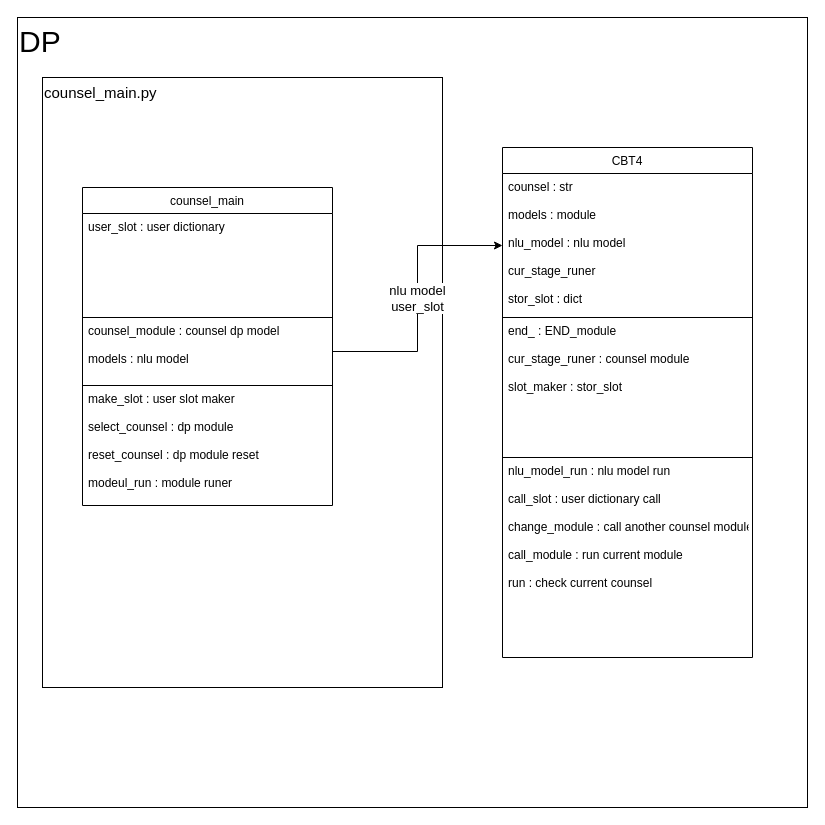
qkwmvh321/transformer keeps this draw.io diagram as Untitled Diagram.drawio. Above is the earlier version. Source tidied: cells renumbered, new cells numbered last; positions are measured from the earlier drawing's top-left corner, leaving out a move shared by most shapes. Both pictures are drawn from the tidied source at 100%, with x=0, y=0 at pixel (17, 17).
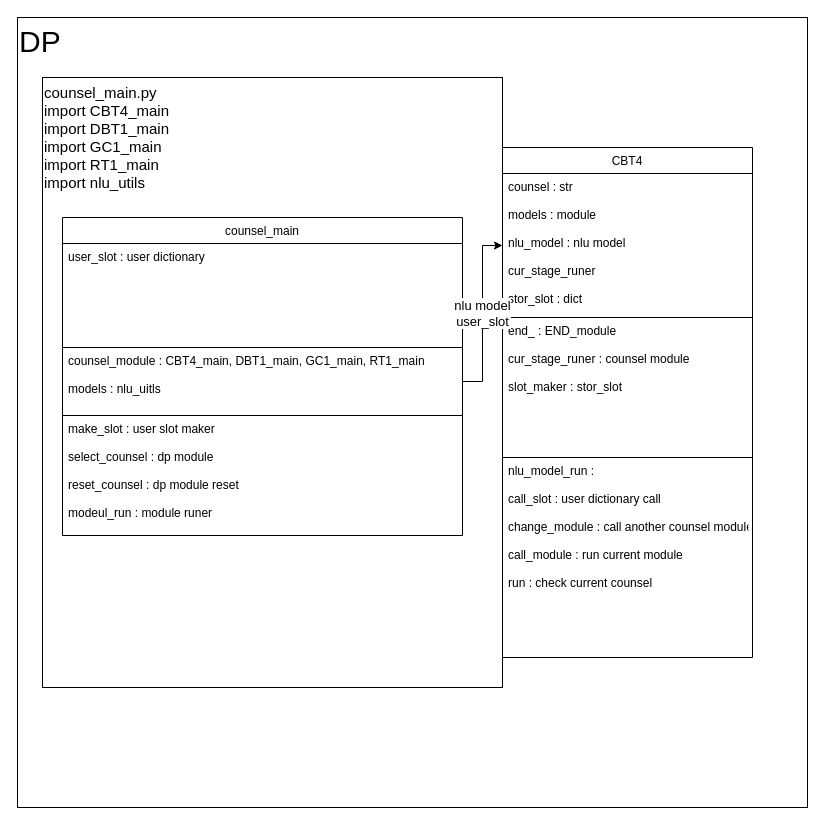
The same diagram, later.

What changed in the source:
```diff
@@
 <mxGraphModel>
   <root>
     <mxCell id="0" />
     <mxCell id="1" parent="0" />
     <mxCell id="2" value="&lt;font style=&quot;font-size: 30px;&quot;&gt;DP&lt;/font&gt;" style="whiteSpace=wrap;html=1;verticalAlign=top;align=left;" parent="1" vertex="1">
       <mxGeometry width="790" height="790" as="geometry" />
     </mxCell>
-    <mxCell id="3" value="counsel_main.py" style="rounded=0;whiteSpace=wrap;html=1;fontSize=15;align=left;verticalAlign=top;" parent="1" vertex="1">
-      <mxGeometry x="25" y="60" width="400" height="610" as="geometry" />
+    <mxCell id="3" value="counsel_main.py&lt;br&gt;import CBT4_main&lt;br&gt;import DBT1_main&lt;br&gt;import GC1_main&lt;br&gt;import RT1_main&lt;br&gt;import nlu_utils" style="rounded=0;whiteSpace=wrap;html=1;fontSize=15;align=left;verticalAlign=top;" parent="1" vertex="1">
+      <mxGeometry x="25" y="60" width="460" height="610" as="geometry" />
     </mxCell>
     <mxCell id="4" value="counsel_main" style="swimlane;fontStyle=0;horizontal=1;startSize=26;fillColor=none;shadow=0;sketch=0;strokeColor=default;strokeWidth=1;" parent="1" vertex="1">
-      <mxGeometry x="65" y="170" width="250" height="318" as="geometry" />
+      <mxGeometry x="45" y="200" width="400" height="318" as="geometry" />
     </mxCell>
     <mxCell id="5" value="user_slot : user dictionary" style="text;strokeColor=none;fillColor=none;align=left;verticalAlign=top;spacingLeft=4;spacingRight=4;overflow=hidden;shadow=0;sketch=0;" parent="4" vertex="1">
-      <mxGeometry y="26" width="250" height="104" as="geometry" />
+      <mxGeometry y="26" width="400" height="104" as="geometry" />
     </mxCell>
-    <mxCell id="6" value="counsel_module : counsel dp model  &#10;&#10;models : nlu model &#10;&#10;&#10;" style="text;strokeColor=default;fillColor=none;align=left;verticalAlign=top;spacingLeft=4;spacingRight=4;overflow=hidden;points=[[0,0.5],[1,0.5]];portConstraint=eastwest;shadow=0;sketch=0;" parent="4" vertex="1">
-      <mxGeometry y="130" width="250" height="68" as="geometry" />
+    <mxCell id="6" value="counsel_module : CBT4_main, DBT1_main, GC1_main, RT1_main  &#10;&#10;models : nlu_uitls&#10;&#10;&#10;" style="text;strokeColor=default;fillColor=none;align=left;verticalAlign=top;spacingLeft=4;spacingRight=4;overflow=hidden;points=[[0,0.5],[1,0.5]];portConstraint=eastwest;shadow=0;sketch=0;" parent="4" vertex="1">
+      <mxGeometry y="130" width="400" height="68" as="geometry" />
     </mxCell>
     <mxCell id="7" value="make_slot : user slot maker&#10;&#10;select_counsel : dp module &#10;&#10;reset_counsel : dp module reset&#10;&#10;modeul_run : module runer " style="text;strokeColor=none;fillColor=none;align=left;verticalAlign=top;spacingLeft=4;spacingRight=4;overflow=hidden;shadow=0;sketch=0;" parent="4" vertex="1">
-      <mxGeometry y="198" width="250" height="120" as="geometry" />
+      <mxGeometry y="198" width="400" height="120" as="geometry" />
     </mxCell>
     <mxCell id="8" value="CBT4" style="swimlane;fontStyle=0;horizontal=1;startSize=26;fillColor=none;shadow=0;sketch=0;strokeColor=default;strokeWidth=1;" parent="1" vertex="1">
       <mxGeometry x="485" y="130" width="250" height="510" as="geometry" />
     </mxCell>
     <mxCell id="9" value="counsel : str&#10;&#10;models : module&#10;&#10;nlu_model : nlu model&#10;&#10;cur_stage_runer &#10;&#10;stor_slot : dict" style="text;strokeColor=none;fillColor=none;align=left;verticalAlign=top;spacingLeft=4;spacingRight=4;overflow=hidden;points=[[0,0.5],[1,0.5]];portConstraint=eastwest;shadow=0;sketch=0;" parent="8" vertex="1">
       <mxGeometry y="26" width="250" height="144" as="geometry" />
     </mxCell>
     <mxCell id="10" value="end_ : END_module&#10;&#10;cur_stage_runer : counsel module&#10;&#10;slot_maker : stor_slot&#10;&#10; &#10;&#10;&#10;&#10;" style="text;strokeColor=default;fillColor=none;align=left;verticalAlign=top;spacingLeft=4;spacingRight=4;overflow=hidden;shadow=0;sketch=0;" parent="8" vertex="1">
       <mxGeometry y="170" width="250" height="140" as="geometry" />
     </mxCell>
-    <mxCell id="11" value="nlu_model_run : nlu model run&#10;&#10;call_slot : user dictionary call&#10;&#10;change_module : call another counsel module&#10;&#10;call_module : run current module&#10;&#10;run : check current counsel" style="text;strokeColor=none;fillColor=none;align=left;verticalAlign=top;spacingLeft=4;spacingRight=4;overflow=hidden;shadow=0;sketch=0;" parent="8" vertex="1">
+    <mxCell id="11" value="nlu_model_run : &#10;&#10;call_slot : user dictionary call&#10;&#10;change_module : call another counsel module&#10;&#10;call_module : run current module&#10;&#10;run : check current counsel" style="text;strokeColor=none;fillColor=none;align=left;verticalAlign=top;spacingLeft=4;spacingRight=4;overflow=hidden;shadow=0;sketch=0;" parent="8" vertex="1">
       <mxGeometry y="310" width="250" height="200" as="geometry" />
     </mxCell>
     <mxCell id="12" value="&lt;font style=&quot;font-size: 13px;&quot;&gt;nlu model&lt;br&gt;&lt;/font&gt;&lt;font style=&quot;font-size: 13px;&quot;&gt;user_slot&lt;/font&gt;" style="edgeStyle=orthogonalEdgeStyle;rounded=0;jettySize=auto;html=1;exitX=1;exitY=0.5;exitDx=0;exitDy=0;" parent="1" edge="1" source="6" target="9">
       <mxGeometry relative="1" as="geometry" />
     </mxCell>
   </root>
 </mxGraphModel>
```
